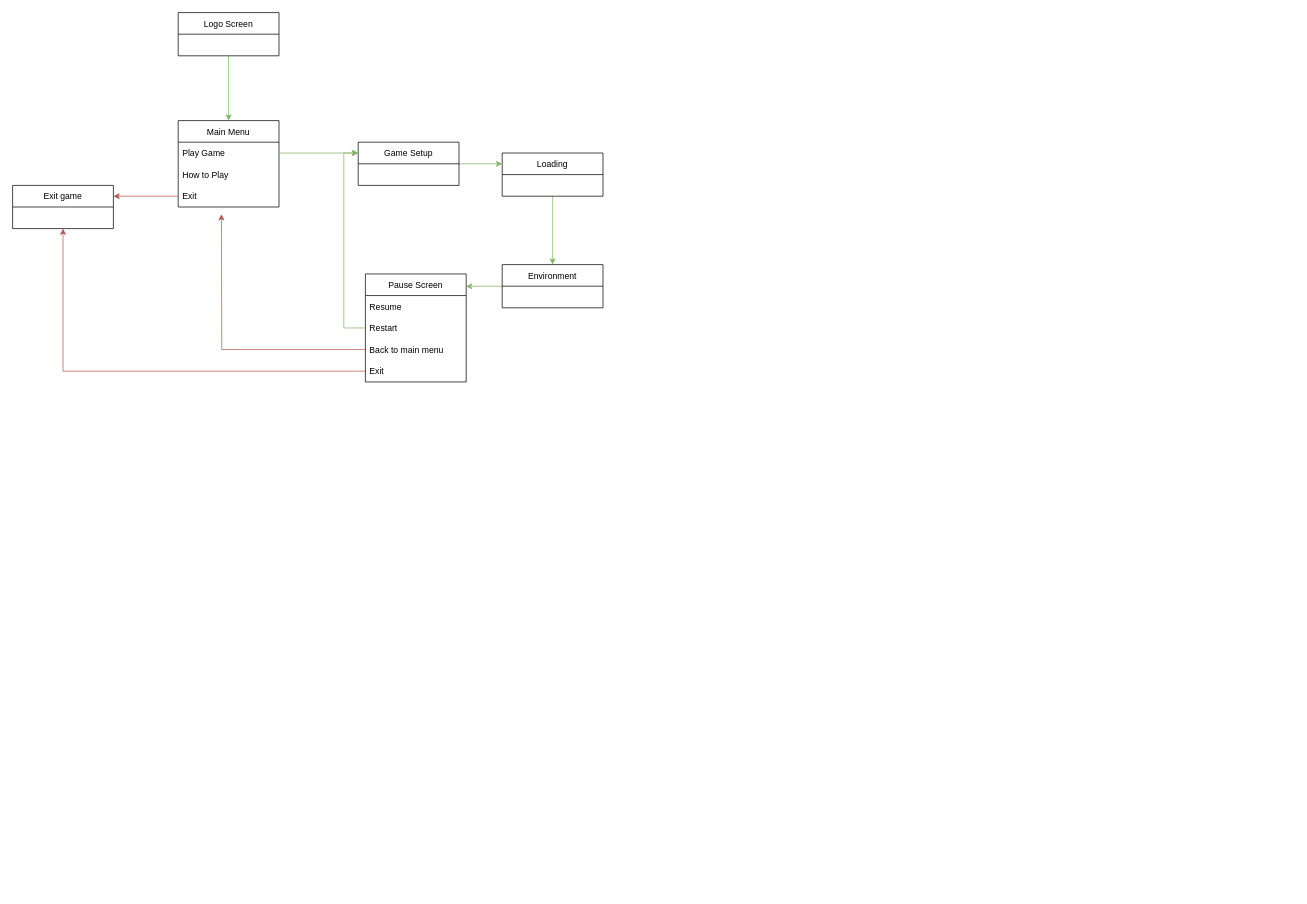
beyondchan28/TrainSurfingGodot keeps this draw.io diagram as raw file/Flow.drawio. Above is the earlier version. Source tidied: cells renumbered, new cells numbered last; positions are measured from the earlier drawing's top-left corner, leaving out a move shared by most shapes. Both pictures are drawn from the tidied source at 72%, with x=0, y=0 at pixel (12, 12).
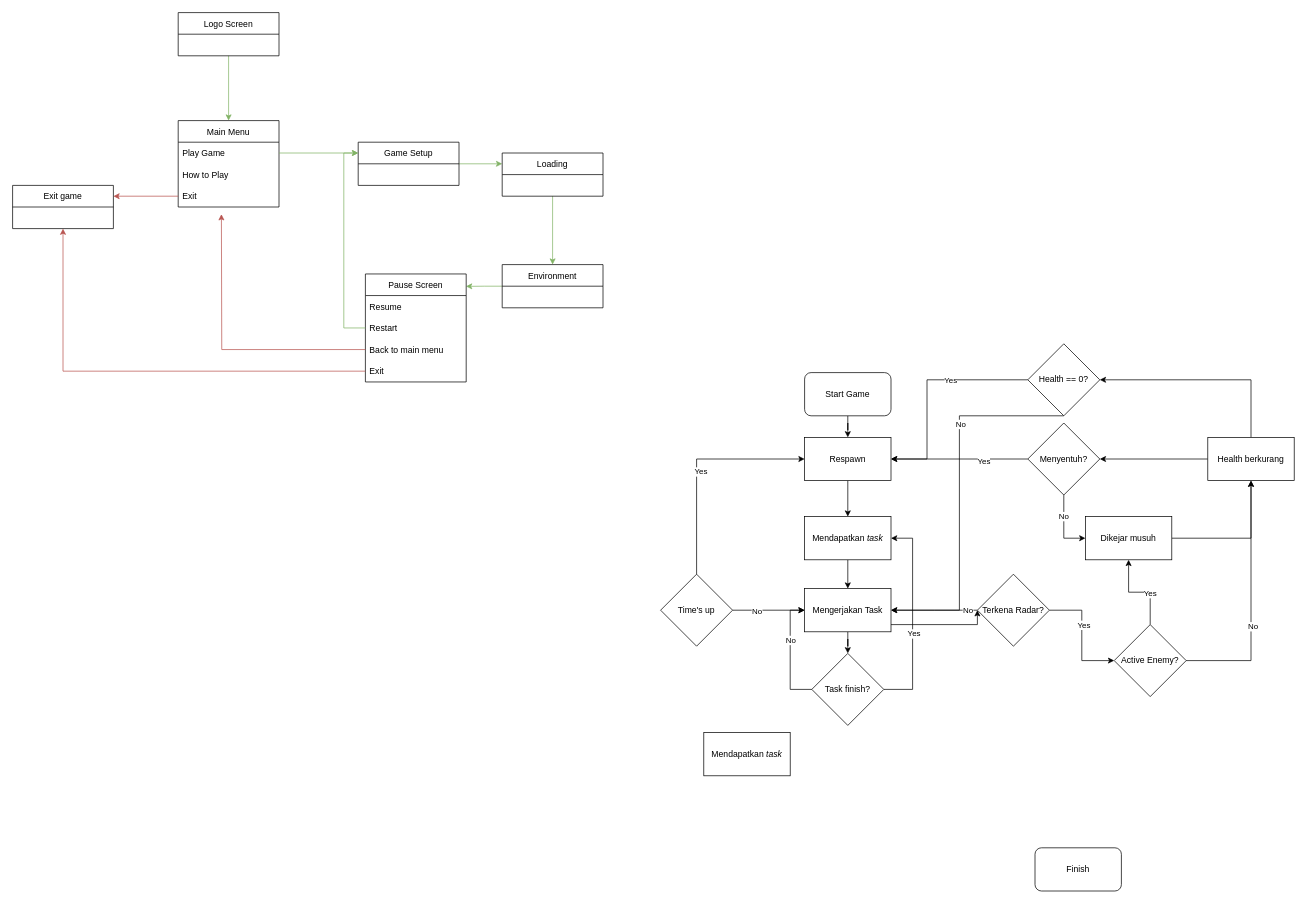
The same diagram, later.

What changed in the source:
```diff
@@
+    <mxCell id="25" style="edgeStyle=orthogonalEdgeStyle;rounded=0;jettySize=auto;html=1;entryX=1;entryY=0.5;entryDx=0;entryDy=0;exitX=1;exitY=0.5;exitDx=0;exitDy=0;" parent="1" edge="1" source="29" target="38">
+      <mxGeometry relative="1" as="geometry">
+        <Array as="points">
+          <mxPoint x="1250" y="940" />
+          <mxPoint x="1250" y="730" />
+        </Array>
+      </mxGeometry>
+    </mxCell>
+    <mxCell id="26" value="Yes" style="edgeLabel;html=1;align=center;verticalAlign=middle;" parent="25" vertex="1">
+      <mxGeometry x="-0.15" y="-1" relative="1" as="geometry">
+        <mxPoint y="1" as="offset" />
+      </mxGeometry>
+    </mxCell>
+    <mxCell id="27" style="edgeStyle=orthogonalEdgeStyle;rounded=0;jettySize=auto;html=1;entryX=0;entryY=0.5;entryDx=0;entryDy=0;" parent="1" edge="1" source="29" target="45">
+      <mxGeometry relative="1" as="geometry">
+        <Array as="points">
+          <mxPoint x="1080" y="940" />
+          <mxPoint x="1080" y="830" />
+        </Array>
+      </mxGeometry>
+    </mxCell>
+    <mxCell id="28" value="No" style="edgeLabel;html=1;align=center;verticalAlign=middle;" parent="27" vertex="1">
+      <mxGeometry x="0.24" relative="1" as="geometry" />
+    </mxCell>
+    <mxCell id="29" value="Task finish?" style="rhombus;whiteSpace=wrap;html=1;" parent="1" vertex="1">
+      <mxGeometry x="1110" y="890" width="100" height="100" as="geometry" />
+    </mxCell>
+    <mxCell id="30" style="edgeStyle=orthogonalEdgeStyle;rounded=0;jettySize=auto;html=1;entryX=0.5;entryY=0;entryDx=0;entryDy=0;" parent="1" edge="1" source="31" target="42">
+      <mxGeometry relative="1" as="geometry" />
+    </mxCell>
+    <mxCell id="31" value="Start Game" style="rounded=1;whiteSpace=wrap;html=1;" parent="1" vertex="1">
+      <mxGeometry x="1100" y="500" width="120" height="60" as="geometry" />
+    </mxCell>
+    <mxCell id="32" style="edgeStyle=orthogonalEdgeStyle;rounded=0;jettySize=auto;html=1;entryX=0;entryY=0.5;entryDx=0;entryDy=0;exitX=0.5;exitY=0;exitDx=0;exitDy=0;" parent="1" edge="1" source="36" target="42">
+      <mxGeometry relative="1" as="geometry" />
+    </mxCell>
+    <mxCell id="33" value="Yes" style="edgeLabel;html=1;align=center;verticalAlign=middle;" parent="32" vertex="1">
+      <mxGeometry x="-0.07" y="-5" relative="1" as="geometry">
+        <mxPoint y="1" as="offset" />
+      </mxGeometry>
+    </mxCell>
+    <mxCell id="34" style="edgeStyle=orthogonalEdgeStyle;rounded=0;jettySize=auto;html=1;entryX=0;entryY=0.5;entryDx=0;entryDy=0;" parent="1" edge="1" source="36" target="45">
+      <mxGeometry relative="1" as="geometry" />
+    </mxCell>
+    <mxCell id="35" value="No" style="edgeLabel;html=1;align=center;verticalAlign=middle;" parent="34" vertex="1">
+      <mxGeometry x="-0.34" y="-1" relative="1" as="geometry" />
+    </mxCell>
+    <mxCell id="36" value="Time's up" style="rhombus;whiteSpace=wrap;html=1;" parent="1" vertex="1">
+      <mxGeometry x="900" y="780" width="100" height="100" as="geometry" />
+    </mxCell>
+    <mxCell id="37" style="edgeStyle=orthogonalEdgeStyle;rounded=0;jettySize=auto;html=1;entryX=0.5;entryY=0;entryDx=0;entryDy=0;" parent="1" edge="1" source="38" target="45">
+      <mxGeometry relative="1" as="geometry" />
+    </mxCell>
+    <mxCell id="38" value="Mendapatkan &lt;i&gt;task&lt;/i&gt;" style="rounded=0;whiteSpace=wrap;html=1;" parent="1" vertex="1">
+      <mxGeometry x="1100" y="700" width="120" height="60" as="geometry" />
+    </mxCell>
+    <mxCell id="39" value="Mendapatkan &lt;i&gt;task&lt;/i&gt;" style="rounded=0;whiteSpace=wrap;html=1;" parent="1" vertex="1">
+      <mxGeometry x="960" y="1000" width="120" height="60" as="geometry" />
+    </mxCell>
+    <mxCell id="40" value="Finish" style="rounded=1;whiteSpace=wrap;html=1;" parent="1" vertex="1">
+      <mxGeometry x="1420" y="1160" width="120" height="60" as="geometry" />
+    </mxCell>
+    <mxCell id="41" style="edgeStyle=orthogonalEdgeStyle;rounded=0;jettySize=auto;html=1;" parent="1" edge="1" source="42" target="38">
+      <mxGeometry relative="1" as="geometry" />
+    </mxCell>
+    <mxCell id="42" value="Respawn" style="rounded=0;whiteSpace=wrap;html=1;" parent="1" vertex="1">
+      <mxGeometry x="1100" y="590" width="120" height="60" as="geometry" />
+    </mxCell>
+    <mxCell id="43" style="edgeStyle=orthogonalEdgeStyle;rounded=0;jettySize=auto;html=1;entryX=0.5;entryY=0;entryDx=0;entryDy=0;" parent="1" edge="1" source="45" target="29">
+      <mxGeometry relative="1" as="geometry" />
+    </mxCell>
+    <mxCell id="44" style="edgeStyle=orthogonalEdgeStyle;rounded=0;jettySize=auto;html=1;entryX=0;entryY=0.5;entryDx=0;entryDy=0;" parent="1" edge="1" source="45" target="52">
+      <mxGeometry relative="1" as="geometry">
+        <Array as="points">
+          <mxPoint x="1340" y="850" />
+        </Array>
+      </mxGeometry>
+    </mxCell>
+    <mxCell id="45" value="Mengerjakan Task" style="rounded=0;whiteSpace=wrap;html=1;" parent="1" vertex="1">
+      <mxGeometry x="1100" y="800" width="120" height="60" as="geometry" />
+    </mxCell>
+    <mxCell id="46" style="edgeStyle=orthogonalEdgeStyle;rounded=0;jettySize=auto;html=1;entryX=0.5;entryY=1;entryDx=0;entryDy=0;" parent="1" edge="1" source="47" target="60">
+      <mxGeometry relative="1" as="geometry" />
+    </mxCell>
+    <mxCell id="47" value="Dikejar musuh" style="rounded=0;whiteSpace=wrap;html=1;" parent="1" vertex="1">
+      <mxGeometry x="1490" y="700" width="120" height="60" as="geometry" />
+    </mxCell>
+    <mxCell id="48" style="edgeStyle=orthogonalEdgeStyle;rounded=0;jettySize=auto;html=1;" parent="1" edge="1" source="52" target="70">
+      <mxGeometry relative="1" as="geometry" />
+    </mxCell>
+    <mxCell id="49" value="Yes" style="edgeLabel;html=1;align=center;verticalAlign=middle;" parent="48" vertex="1">
+      <mxGeometry x="-0.19" y="2" relative="1" as="geometry" />
+    </mxCell>
+    <mxCell id="50" style="edgeStyle=orthogonalEdgeStyle;rounded=0;jettySize=auto;html=1;" parent="1" edge="1" source="52">
+      <mxGeometry relative="1" as="geometry">
+        <mxPoint x="1220" y="830" as="targetPoint" />
+      </mxGeometry>
+    </mxCell>
+    <mxCell id="51" value="No" style="edgeLabel;html=1;align=center;verticalAlign=middle;" parent="50" vertex="1">
+      <mxGeometry x="-0.76" y="-1" relative="1" as="geometry" />
+    </mxCell>
+    <mxCell id="52" value="Terkena Radar?" style="rhombus;whiteSpace=wrap;html=1;" parent="1" vertex="1">
+      <mxGeometry x="1340" y="780" width="100" height="100" as="geometry" />
+    </mxCell>
+    <mxCell id="53" style="edgeStyle=orthogonalEdgeStyle;rounded=0;jettySize=auto;html=1;entryX=1;entryY=0.5;entryDx=0;entryDy=0;" parent="1" edge="1" source="57" target="42">
+      <mxGeometry relative="1" as="geometry" />
+    </mxCell>
+    <mxCell id="54" value="Yes" style="edgeLabel;html=1;align=center;verticalAlign=middle;" parent="53" vertex="1">
+      <mxGeometry x="-0.35" y="2" relative="1" as="geometry" />
+    </mxCell>
+    <mxCell id="55" style="edgeStyle=orthogonalEdgeStyle;rounded=0;jettySize=auto;html=1;entryX=0;entryY=0.5;entryDx=0;entryDy=0;" parent="1" edge="1" source="57" target="47">
+      <mxGeometry relative="1" as="geometry" />
+    </mxCell>
+    <mxCell id="56" value="No" style="edgeLabel;html=1;align=center;verticalAlign=middle;" parent="55" vertex="1">
+      <mxGeometry x="-0.36" y="-1" relative="1" as="geometry" />
+    </mxCell>
+    <mxCell id="57" value="Menyentuh?" style="rhombus;whiteSpace=wrap;html=1;" parent="1" vertex="1">
+      <mxGeometry x="1410" y="570" width="100" height="100" as="geometry" />
+    </mxCell>
+    <mxCell id="58" style="edgeStyle=orthogonalEdgeStyle;rounded=0;jettySize=auto;html=1;" parent="1" edge="1" source="60" target="65">
+      <mxGeometry relative="1" as="geometry">
+        <Array as="points">
+          <mxPoint x="1720" y="510" />
+        </Array>
+      </mxGeometry>
+    </mxCell>
+    <mxCell id="59" style="edgeStyle=orthogonalEdgeStyle;rounded=0;jettySize=auto;html=1;exitX=0;exitY=0.5;exitDx=0;exitDy=0;entryX=1;entryY=0.5;entryDx=0;entryDy=0;" parent="1" edge="1" source="60" target="57">
+      <mxGeometry relative="1" as="geometry" />
+    </mxCell>
+    <mxCell id="60" value="Health berkurang" style="rounded=0;whiteSpace=wrap;html=1;" parent="1" vertex="1">
+      <mxGeometry x="1660" y="590" width="120" height="60" as="geometry" />
+    </mxCell>
+    <mxCell id="61" style="edgeStyle=orthogonalEdgeStyle;rounded=0;jettySize=auto;html=1;" parent="1" edge="1" source="65" target="42">
+      <mxGeometry relative="1" as="geometry">
+        <Array as="points">
+          <mxPoint x="1270" y="510" />
+          <mxPoint x="1270" y="620" />
+        </Array>
+      </mxGeometry>
+    </mxCell>
+    <mxCell id="62" value="Yes" style="edgeLabel;html=1;align=center;verticalAlign=middle;" parent="61" vertex="1">
+      <mxGeometry x="-0.28" relative="1" as="geometry" />
+    </mxCell>
+    <mxCell id="63" style="edgeStyle=orthogonalEdgeStyle;rounded=0;jettySize=auto;html=1;entryX=1;entryY=0.5;entryDx=0;entryDy=0;" parent="1" edge="1" source="65" target="45">
+      <mxGeometry relative="1" as="geometry">
+        <Array as="points">
+          <mxPoint x="1315" y="560" />
+          <mxPoint x="1315" y="830" />
+        </Array>
+      </mxGeometry>
+    </mxCell>
+    <mxCell id="64" value="No" style="edgeLabel;html=1;align=center;verticalAlign=middle;" parent="63" vertex="1">
+      <mxGeometry x="-0.39" y="1" relative="1" as="geometry" />
+    </mxCell>
+    <mxCell id="65" value="Health == 0?" style="rhombus;whiteSpace=wrap;html=1;" parent="1" vertex="1">
+      <mxGeometry x="1410" y="460" width="100" height="100" as="geometry" />
+    </mxCell>
+    <mxCell id="66" style="edgeStyle=orthogonalEdgeStyle;rounded=0;jettySize=auto;html=1;" parent="1" edge="1" source="70" target="47">
+      <mxGeometry relative="1" as="geometry" />
+    </mxCell>
+    <mxCell id="67" value="Yes" style="edgeLabel;html=1;align=center;verticalAlign=middle;" parent="66" vertex="1">
+      <mxGeometry x="-0.27" y="1" relative="1" as="geometry" />
+    </mxCell>
+    <mxCell id="68" style="edgeStyle=orthogonalEdgeStyle;rounded=0;jettySize=auto;html=1;" parent="1" edge="1" source="70" target="60">
+      <mxGeometry relative="1" as="geometry" />
+    </mxCell>
+    <mxCell id="69" value="No" style="edgeLabel;html=1;align=center;verticalAlign=middle;" parent="68" vertex="1">
+      <mxGeometry x="-0.19" y="-2" relative="1" as="geometry" />
+    </mxCell>
+    <mxCell id="70" value="Active Enemy?" style="rhombus;whiteSpace=wrap;html=1;" parent="1" vertex="1">
+      <mxGeometry x="1530" y="850" width="100" height="100" as="geometry" />
+    </mxCell>
```
